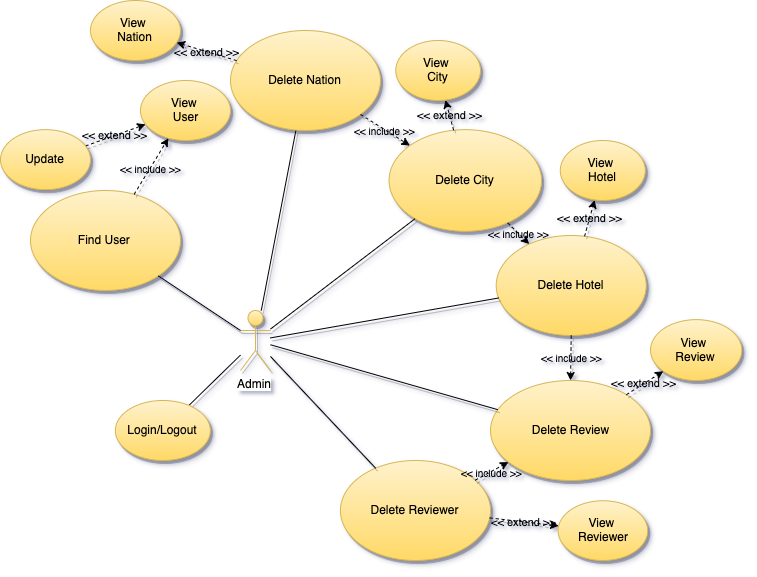
Before: img/uml_use_case_admin.png, a diagram exported from draw.io (MatteoDJon/Task2LSMDB). Source tidied: cells renumbered, new cells last; positions are measured from the earlier drawing's top-left corner, leaving out a move shared by most shapes. Its diagram source:
```xml
<mxGraphModel>
  <root>
    <mxCell id="0" />
    <mxCell id="1" parent="0" />
    <mxCell id="2" style="edgeStyle=none;rounded=0;jettySize=auto;html=1;endArrow=none;endFill=0;shadow=1;" parent="1" edge="1" source="14" target="7">
      <mxGeometry relative="1" as="geometry" />
    </mxCell>
    <mxCell id="3" value="Delete Review" style="ellipse;whiteSpace=wrap;html=1;fillColor=#fff2cc;strokeColor=#d6b656;shadow=1;gradientColor=#ffd966;" parent="1" vertex="1">
      <mxGeometry x="490" y="380" width="160" height="100" as="geometry" />
    </mxCell>
    <mxCell id="4" value="Delete Hotel" style="ellipse;whiteSpace=wrap;html=1;fillColor=#fff2cc;strokeColor=#d6b656;shadow=1;gradientColor=#ffd966;" parent="1" vertex="1">
      <mxGeometry x="495.7" y="235" width="150" height="100" as="geometry" />
    </mxCell>
    <mxCell id="5" value="Delete Reviewer" style="ellipse;whiteSpace=wrap;html=1;fillColor=#fff2cc;strokeColor=#d6b656;shadow=1;gradientColor=#ffd966;" parent="1" vertex="1">
      <mxGeometry x="340" y="460" width="150.1" height="100" as="geometry" />
    </mxCell>
    <mxCell id="6" value="Delete City" style="ellipse;whiteSpace=wrap;html=1;fillColor=#fff2cc;strokeColor=#d6b656;shadow=1;gradientColor=#ffd966;" parent="1" vertex="1">
      <mxGeometry x="388.6" y="129.2" width="152.5" height="101.7" as="geometry" />
    </mxCell>
    <mxCell id="7" value="Delete Nation" style="ellipse;whiteSpace=wrap;html=1;fillColor=#fff2cc;strokeColor=#d6b656;shadow=1;gradientColor=#ffd966;" parent="1" vertex="1">
      <mxGeometry x="230" y="30" width="150" height="100" as="geometry" />
    </mxCell>
    <mxCell id="8" style="edgeStyle=none;rounded=0;jettySize=auto;html=1;endArrow=none;endFill=0;shadow=1;" parent="1" edge="1" source="14" target="6">
      <mxGeometry relative="1" as="geometry" />
    </mxCell>
    <mxCell id="9" style="edgeStyle=none;rounded=0;jettySize=auto;html=1;endArrow=none;endFill=0;shadow=1;" parent="1" edge="1" source="14" target="5">
      <mxGeometry relative="1" as="geometry" />
    </mxCell>
    <mxCell id="10" style="edgeStyle=none;rounded=0;jettySize=auto;html=1;endArrow=none;endFill=0;shadow=1;" parent="1" edge="1" source="14" target="3">
      <mxGeometry relative="1" as="geometry" />
    </mxCell>
    <mxCell id="11" style="edgeStyle=none;rounded=0;jettySize=auto;html=1;endArrow=none;endFill=0;shadow=1;" parent="1" edge="1" source="14" target="4">
      <mxGeometry relative="1" as="geometry" />
    </mxCell>
    <mxCell id="12" style="edgeStyle=none;rounded=0;jettySize=auto;html=1;endArrow=none;endFill=0;shadow=1;" parent="1" edge="1" source="13" target="14">
      <mxGeometry relative="1" as="geometry" />
    </mxCell>
    <mxCell id="13" value="Login/Logout" style="ellipse;whiteSpace=wrap;html=1;fillColor=#fff2cc;strokeColor=#d6b656;gradientColor=#ffd966;shadow=1;" parent="1" vertex="1">
      <mxGeometry x="114.9" y="400" width="95" height="60" as="geometry" />
    </mxCell>
    <mxCell id="14" value="Admin" style="shape=umlActor;verticalLabelPosition=bottom;labelBackgroundColor=#ffffff;verticalAlign=top;html=1;outlineConnect=0;fillColor=#fff2cc;strokeColor=#d6b656;shadow=1;gradientColor=#ffd966;" parent="1" vertex="1">
      <mxGeometry x="240" y="310" width="30" height="60" as="geometry" />
    </mxCell>
    <mxCell id="15" value="View&amp;nbsp;&lt;br&gt;Nation" style="ellipse;whiteSpace=wrap;html=1;fillColor=#fff2cc;strokeColor=#d6b656;shadow=1;gradientColor=#ffd966;" parent="1" vertex="1">
      <mxGeometry x="90" width="90" height="60" as="geometry" />
    </mxCell>
    <mxCell id="16" value="View&amp;nbsp;&lt;br&gt;City" style="ellipse;whiteSpace=wrap;html=1;fillColor=#fff2cc;strokeColor=#d6b656;shadow=1;gradientColor=#ffd966;" parent="1" vertex="1">
      <mxGeometry x="395.3" y="40" width="84.7" height="60" as="geometry" />
    </mxCell>
    <mxCell id="17" value="View&amp;nbsp;&lt;br&gt;Hotel" style="ellipse;whiteSpace=wrap;html=1;fillColor=#fff2cc;strokeColor=#d6b656;shadow=1;gradientColor=#ffd966;" parent="1" vertex="1">
      <mxGeometry x="559.8" y="140" width="85" height="60" as="geometry" />
    </mxCell>
    <mxCell id="18" value="View&amp;nbsp;&lt;br&gt;Reviewer" style="ellipse;whiteSpace=wrap;html=1;fillColor=#fff2cc;strokeColor=#d6b656;shadow=1;gradientColor=#ffd966;" parent="1" vertex="1">
      <mxGeometry x="557.6" y="500.3" width="89.6" height="59.7" as="geometry" />
    </mxCell>
    <mxCell id="19" value="View&amp;nbsp;&lt;br&gt;Review" style="ellipse;whiteSpace=wrap;html=1;fillColor=#fff2cc;strokeColor=#d6b656;shadow=1;gradientColor=#ffd966;" parent="1" vertex="1">
      <mxGeometry x="650" y="319.1" width="91.3" height="60.9" as="geometry" />
    </mxCell>
    <mxCell id="20" value="&amp;lt;&amp;lt; extend &amp;gt;&amp;gt;" style="edgeStyle=none;rounded=0;jettySize=auto;html=1;dashed=1;endArrow=classic;endFill=1;shadow=1;labelBackgroundColor=none;" parent="1" edge="1" source="3" target="19">
      <mxGeometry relative="1" as="geometry" />
    </mxCell>
    <mxCell id="21" value="&amp;lt;&amp;lt; extend &amp;gt;&amp;gt;" style="edgeStyle=none;rounded=0;jettySize=auto;html=1;dashed=1;endArrow=classic;endFill=1;shadow=1;labelBackgroundColor=none;" parent="1" edge="1" source="5" target="18">
      <mxGeometry relative="1" as="geometry" />
    </mxCell>
    <mxCell id="22" value="&amp;lt;&amp;lt; extend &amp;gt;&amp;gt;" style="edgeStyle=none;rounded=0;jettySize=auto;html=1;dashed=1;endArrow=classic;endFill=1;shadow=1;labelBackgroundColor=none;" parent="1" edge="1" source="4" target="17">
      <mxGeometry relative="1" as="geometry" />
    </mxCell>
    <mxCell id="23" value="&amp;lt;&amp;lt; extend &amp;gt;&amp;gt;" style="edgeStyle=none;rounded=0;jettySize=auto;html=1;dashed=1;endArrow=classic;endFill=1;shadow=1;labelBackgroundColor=none;" parent="1" edge="1" source="6" target="16">
      <mxGeometry relative="1" as="geometry" />
    </mxCell>
    <mxCell id="24" value="&amp;lt;&amp;lt; extend &amp;gt;&amp;gt;" style="edgeStyle=none;rounded=0;jettySize=auto;html=1;dashed=1;endArrow=classic;endFill=1;shadow=1;labelBackgroundColor=none;" parent="1" edge="1" source="7" target="15">
      <mxGeometry relative="1" as="geometry" />
    </mxCell>
    <mxCell id="25" style="edgeStyle=none;rounded=0;orthogonalLoop=1;jettySize=auto;html=1;exitX=0.5;exitY=0;exitDx=0;exitDy=0;labelBackgroundColor=none;endArrow=blockThin;endFill=0;endSize=22;strokeColor=#000000;strokeWidth=1;fontSize=10;" parent="1" edge="1">
      <mxGeometry relative="1" as="geometry">
        <mxPoint x="656.2" y="440" as="sourcePoint" />
        <mxPoint x="656.2" y="440" as="targetPoint" />
      </mxGeometry>
    </mxCell>
    <mxCell id="26" style="edgeStyle=none;rounded=0;jettySize=auto;html=1;dashed=1;endArrow=classic;endFill=1;shadow=1;fillColor=#60a917;strokeColor=#000000;" parent="1" edge="1" source="5" target="3">
      <mxGeometry relative="1" as="geometry" />
    </mxCell>
    <mxCell id="27" value="&lt;span style=&quot;color: rgba(0 , 0 , 0 , 0) ; font-family: monospace ; font-size: 0px ; background-color: rgb(248 , 249 , 250)&quot;&gt;%3CmxGraphModel%3E%3Croot%3E%3CmxCell%20id%3D%220%22%2F%3E%3CmxCell%20id%3D%221%22%20parent%3D%220%22%2F%3E%3CmxCell%20id%3D%222%22%20value%3D%22%26lt%3B%26lt%3B%20include%20%26gt%3B%26gt%3B%22%20style%3D%22text%3Balign%3Dcenter%3BverticalAlign%3Dmiddle%3Bresizable%3D0%3Bpoints%3D%5B%5D%3BlabelBackgroundColor%3Dnone%3BfontSize%3D10%3B%22%20vertex%3D%221%22%20connectable%3D%220%22%20parent%3D%221%22%3E%3CmxGeometry%20x%3D%22412.5997044772905%22%20y%3D%2293.68115078463723%22%20as%3D%22geometry%22%3E%3CmxPoint%20as%3D%22offset%22%2F%3E%3C%2FmxGeometry%3E%3C%2FmxCell%3E%3C%2Froot%3E%3C%2FmxGraphModel%3E&lt;/span&gt;&lt;span style=&quot;color: rgba(0 , 0 , 0 , 0) ; font-family: monospace ; font-size: 0px ; background-color: rgb(248 , 249 , 250)&quot;&gt;%3CmxGraphModel%3E%3Croot%3E%3CmxCell%20id%3D%220%22%2F%3E%3CmxCell%20id%3D%221%22%20parent%3D%220%22%2F%3E%3CmxCell%20id%3D%222%22%20value%3D%22%26lt%3B%26lt%3B%20include%20%26gt%3B%26gt%3B%22%20style%3D%22text%3Balign%3Dcenter%3BverticalAlign%3Dmiddle%3Bresizable%3D0%3Bpoints%3D%5B%5D%3BlabelBackgroundColor%3Dnone%3BfontSize%3D10%3B%22%20vertex%3D%221%22%20connectable%3D%220%22%20parent%3D%221%22%3E%3CmxGeometry%20x%3D%22412.5997044772905%22%20y%3D%2293.68115078463723%22%20as%3D%22geometry%22%3E%3CmxPoint%20as%3D%22offset%22%2F%3E%3C%2FmxGeometry%3E%3C%2FmxCell%3E%3C%2Froot%3E%3C%2FmxGraphModel%3E&lt;/span&gt;" style="text;html=1;align=center;verticalAlign=middle;labelBackgroundColor=#ffffff;fontSize=10;" parent="26" vertex="1">
      <mxGeometry x="-0.12" y="-1" relative="1" as="geometry" />
    </mxCell>
    <mxCell id="28" value="&lt;span style=&quot;&quot;&gt;&amp;lt;&amp;lt; include &amp;gt;&amp;gt;&lt;/span&gt;" style="text;html=1;align=center;verticalAlign=middle;labelBackgroundColor=none;fontSize=10;" parent="26" vertex="1">
      <mxGeometry x="-0.04" relative="1" as="geometry" />
    </mxCell>
    <mxCell id="29" style="edgeStyle=none;rounded=0;jettySize=auto;html=1;dashed=1;endArrow=classic;endFill=1;shadow=1;fillColor=#60a917;strokeColor=#000000;" parent="1" edge="1" source="4" target="3">
      <mxGeometry relative="1" as="geometry" />
    </mxCell>
    <mxCell id="30" value="&lt;span style=&quot;color: rgba(0 , 0 , 0 , 0) ; font-family: monospace ; font-size: 0px ; background-color: rgb(248 , 249 , 250)&quot;&gt;%3CmxGraphModel%3E%3Croot%3E%3CmxCell%20id%3D%220%22%2F%3E%3CmxCell%20id%3D%221%22%20parent%3D%220%22%2F%3E%3CmxCell%20id%3D%222%22%20value%3D%22%26lt%3B%26lt%3B%20include%20%26gt%3B%26gt%3B%22%20style%3D%22text%3Balign%3Dcenter%3BverticalAlign%3Dmiddle%3Bresizable%3D0%3Bpoints%3D%5B%5D%3BlabelBackgroundColor%3Dnone%3BfontSize%3D10%3B%22%20vertex%3D%221%22%20connectable%3D%220%22%20parent%3D%221%22%3E%3CmxGeometry%20x%3D%22412.5997044772905%22%20y%3D%2293.68115078463723%22%20as%3D%22geometry%22%3E%3CmxPoint%20as%3D%22offset%22%2F%3E%3C%2FmxGeometry%3E%3C%2FmxCell%3E%3C%2Froot%3E%3C%2FmxGraphModel%3E&lt;/span&gt;&lt;span style=&quot;color: rgba(0 , 0 , 0 , 0) ; font-family: monospace ; font-size: 0px ; background-color: rgb(248 , 249 , 250)&quot;&gt;%3CmxGraphModel%3E%3Croot%3E%3CmxCell%20id%3D%220%22%2F%3E%3CmxCell%20id%3D%221%22%20parent%3D%220%22%2F%3E%3CmxCell%20id%3D%222%22%20value%3D%22%26lt%3B%26lt%3B%20include%20%26gt%3B%26gt%3B%22%20style%3D%22text%3Balign%3Dcenter%3BverticalAlign%3Dmiddle%3Bresizable%3D0%3Bpoints%3D%5B%5D%3BlabelBackgroundColor%3Dnone%3BfontSize%3D10%3B%22%20vertex%3D%221%22%20connectable%3D%220%22%20parent%3D%221%22%3E%3CmxGeometry%20x%3D%22412.5997044772905%22%20y%3D%2293.68115078463723%22%20as%3D%22geometry%22%3E%3CmxPoint%20as%3D%22offset%22%2F%3E%3C%2FmxGeometry%3E%3C%2FmxCell%3E%3C%2Froot%3E%3C%2FmxGraphModel%3E&lt;/span&gt;" style="text;html=1;align=center;verticalAlign=middle;labelBackgroundColor=#ffffff;fontSize=10;" parent="29" vertex="1">
      <mxGeometry x="-0.12" y="-1" relative="1" as="geometry" />
    </mxCell>
    <mxCell id="31" value="&lt;span style=&quot;&quot;&gt;&amp;lt;&amp;lt; include &amp;gt;&amp;gt;&lt;/span&gt;" style="text;html=1;align=center;verticalAlign=middle;labelBackgroundColor=none;fontSize=10;" parent="29" vertex="1">
      <mxGeometry x="-0.04" relative="1" as="geometry" />
    </mxCell>
    <mxCell id="32" style="edgeStyle=none;rounded=0;jettySize=auto;html=1;dashed=1;endArrow=classic;endFill=1;shadow=1;fillColor=#60a917;strokeColor=#000000;" parent="1" edge="1" source="6" target="4">
      <mxGeometry relative="1" as="geometry" />
    </mxCell>
    <mxCell id="33" value="&lt;span style=&quot;color: rgba(0 , 0 , 0 , 0) ; font-family: monospace ; font-size: 0px ; background-color: rgb(248 , 249 , 250)&quot;&gt;%3CmxGraphModel%3E%3Croot%3E%3CmxCell%20id%3D%220%22%2F%3E%3CmxCell%20id%3D%221%22%20parent%3D%220%22%2F%3E%3CmxCell%20id%3D%222%22%20value%3D%22%26lt%3B%26lt%3B%20include%20%26gt%3B%26gt%3B%22%20style%3D%22text%3Balign%3Dcenter%3BverticalAlign%3Dmiddle%3Bresizable%3D0%3Bpoints%3D%5B%5D%3BlabelBackgroundColor%3Dnone%3BfontSize%3D10%3B%22%20vertex%3D%221%22%20connectable%3D%220%22%20parent%3D%221%22%3E%3CmxGeometry%20x%3D%22412.5997044772905%22%20y%3D%2293.68115078463723%22%20as%3D%22geometry%22%3E%3CmxPoint%20as%3D%22offset%22%2F%3E%3C%2FmxGeometry%3E%3C%2FmxCell%3E%3C%2Froot%3E%3C%2FmxGraphModel%3E&lt;/span&gt;&lt;span style=&quot;color: rgba(0 , 0 , 0 , 0) ; font-family: monospace ; font-size: 0px ; background-color: rgb(248 , 249 , 250)&quot;&gt;%3CmxGraphModel%3E%3Croot%3E%3CmxCell%20id%3D%220%22%2F%3E%3CmxCell%20id%3D%221%22%20parent%3D%220%22%2F%3E%3CmxCell%20id%3D%222%22%20value%3D%22%26lt%3B%26lt%3B%20include%20%26gt%3B%26gt%3B%22%20style%3D%22text%3Balign%3Dcenter%3BverticalAlign%3Dmiddle%3Bresizable%3D0%3Bpoints%3D%5B%5D%3BlabelBackgroundColor%3Dnone%3BfontSize%3D10%3B%22%20vertex%3D%221%22%20connectable%3D%220%22%20parent%3D%221%22%3E%3CmxGeometry%20x%3D%22412.5997044772905%22%20y%3D%2293.68115078463723%22%20as%3D%22geometry%22%3E%3CmxPoint%20as%3D%22offset%22%2F%3E%3C%2FmxGeometry%3E%3C%2FmxCell%3E%3C%2Froot%3E%3C%2FmxGraphModel%3E&lt;/span&gt;" style="text;html=1;align=center;verticalAlign=middle;labelBackgroundColor=#ffffff;fontSize=10;" parent="32" vertex="1">
      <mxGeometry x="-0.12" y="-1" relative="1" as="geometry" />
    </mxCell>
    <mxCell id="34" value="&lt;span style=&quot;&quot;&gt;&amp;lt;&amp;lt; include &amp;gt;&amp;gt;&lt;/span&gt;" style="text;html=1;align=center;verticalAlign=middle;labelBackgroundColor=none;fontSize=10;" parent="32" vertex="1">
      <mxGeometry x="-0.04" relative="1" as="geometry" />
    </mxCell>
    <mxCell id="35" style="edgeStyle=none;rounded=0;jettySize=auto;html=1;dashed=1;endArrow=classic;endFill=1;shadow=1;fillColor=#60a917;strokeColor=#000000;" parent="1" edge="1" source="7" target="6">
      <mxGeometry relative="1" as="geometry" />
    </mxCell>
    <mxCell id="36" value="&lt;span style=&quot;color: rgba(0 , 0 , 0 , 0) ; font-family: monospace ; font-size: 0px ; background-color: rgb(248 , 249 , 250)&quot;&gt;%3CmxGraphModel%3E%3Croot%3E%3CmxCell%20id%3D%220%22%2F%3E%3CmxCell%20id%3D%221%22%20parent%3D%220%22%2F%3E%3CmxCell%20id%3D%222%22%20value%3D%22%26lt%3B%26lt%3B%20include%20%26gt%3B%26gt%3B%22%20style%3D%22text%3Balign%3Dcenter%3BverticalAlign%3Dmiddle%3Bresizable%3D0%3Bpoints%3D%5B%5D%3BlabelBackgroundColor%3Dnone%3BfontSize%3D10%3B%22%20vertex%3D%221%22%20connectable%3D%220%22%20parent%3D%221%22%3E%3CmxGeometry%20x%3D%22412.5997044772905%22%20y%3D%2293.68115078463723%22%20as%3D%22geometry%22%3E%3CmxPoint%20as%3D%22offset%22%2F%3E%3C%2FmxGeometry%3E%3C%2FmxCell%3E%3C%2Froot%3E%3C%2FmxGraphModel%3E&lt;/span&gt;&lt;span style=&quot;color: rgba(0 , 0 , 0 , 0) ; font-family: monospace ; font-size: 0px ; background-color: rgb(248 , 249 , 250)&quot;&gt;%3CmxGraphModel%3E%3Croot%3E%3CmxCell%20id%3D%220%22%2F%3E%3CmxCell%20id%3D%221%22%20parent%3D%220%22%2F%3E%3CmxCell%20id%3D%222%22%20value%3D%22%26lt%3B%26lt%3B%20include%20%26gt%3B%26gt%3B%22%20style%3D%22text%3Balign%3Dcenter%3BverticalAlign%3Dmiddle%3Bresizable%3D0%3Bpoints%3D%5B%5D%3BlabelBackgroundColor%3Dnone%3BfontSize%3D10%3B%22%20vertex%3D%221%22%20connectable%3D%220%22%20parent%3D%221%22%3E%3CmxGeometry%20x%3D%22412.5997044772905%22%20y%3D%2293.68115078463723%22%20as%3D%22geometry%22%3E%3CmxPoint%20as%3D%22offset%22%2F%3E%3C%2FmxGeometry%3E%3C%2FmxCell%3E%3C%2Froot%3E%3C%2FmxGraphModel%3E&lt;/span&gt;" style="text;html=1;align=center;verticalAlign=middle;labelBackgroundColor=#ffffff;fontSize=10;" parent="35" vertex="1">
      <mxGeometry x="-0.12" y="-1" relative="1" as="geometry" />
    </mxCell>
    <mxCell id="37" value="&lt;span style=&quot;&quot;&gt;&amp;lt;&amp;lt; include &amp;gt;&amp;gt;&lt;/span&gt;" style="text;html=1;align=center;verticalAlign=middle;labelBackgroundColor=none;fontSize=10;" parent="35" vertex="1">
      <mxGeometry x="-0.04" relative="1" as="geometry" />
    </mxCell>
    <mxCell id="38" value="Find User&amp;nbsp;" style="ellipse;whiteSpace=wrap;html=1;fillColor=#fff2cc;strokeColor=#d6b656;shadow=1;gradientColor=#ffd966;" parent="1" vertex="1">
      <mxGeometry x="30" y="190" width="150" height="100" as="geometry" />
    </mxCell>
    <mxCell id="39" value="View&amp;nbsp;&lt;br&gt;User" style="ellipse;whiteSpace=wrap;html=1;fillColor=#fff2cc;strokeColor=#d6b656;shadow=1;gradientColor=#ffd966;" parent="1" vertex="1">
      <mxGeometry x="140" y="80" width="90" height="60" as="geometry" />
    </mxCell>
    <mxCell id="40" style="edgeStyle=none;rounded=0;jettySize=auto;html=1;dashed=1;endArrow=classic;endFill=1;shadow=1;fillColor=#60a917;strokeColor=#000000;" parent="1" edge="1" source="38" target="39">
      <mxGeometry relative="1" as="geometry" />
    </mxCell>
    <mxCell id="41" value="&lt;span style=&quot;color: rgba(0 , 0 , 0 , 0) ; font-family: monospace ; font-size: 0px ; background-color: rgb(248 , 249 , 250)&quot;&gt;%3CmxGraphModel%3E%3Croot%3E%3CmxCell%20id%3D%220%22%2F%3E%3CmxCell%20id%3D%221%22%20parent%3D%220%22%2F%3E%3CmxCell%20id%3D%222%22%20value%3D%22%26lt%3B%26lt%3B%20include%20%26gt%3B%26gt%3B%22%20style%3D%22text%3Balign%3Dcenter%3BverticalAlign%3Dmiddle%3Bresizable%3D0%3Bpoints%3D%5B%5D%3BlabelBackgroundColor%3Dnone%3BfontSize%3D10%3B%22%20vertex%3D%221%22%20connectable%3D%220%22%20parent%3D%221%22%3E%3CmxGeometry%20x%3D%22412.5997044772905%22%20y%3D%2293.68115078463723%22%20as%3D%22geometry%22%3E%3CmxPoint%20as%3D%22offset%22%2F%3E%3C%2FmxGeometry%3E%3C%2FmxCell%3E%3C%2Froot%3E%3C%2FmxGraphModel%3E&lt;/span&gt;&lt;span style=&quot;color: rgba(0 , 0 , 0 , 0) ; font-family: monospace ; font-size: 0px ; background-color: rgb(248 , 249 , 250)&quot;&gt;%3CmxGraphModel%3E%3Croot%3E%3CmxCell%20id%3D%220%22%2F%3E%3CmxCell%20id%3D%221%22%20parent%3D%220%22%2F%3E%3CmxCell%20id%3D%222%22%20value%3D%22%26lt%3B%26lt%3B%20include%20%26gt%3B%26gt%3B%22%20style%3D%22text%3Balign%3Dcenter%3BverticalAlign%3Dmiddle%3Bresizable%3D0%3Bpoints%3D%5B%5D%3BlabelBackgroundColor%3Dnone%3BfontSize%3D10%3B%22%20vertex%3D%221%22%20connectable%3D%220%22%20parent%3D%221%22%3E%3CmxGeometry%20x%3D%22412.5997044772905%22%20y%3D%2293.68115078463723%22%20as%3D%22geometry%22%3E%3CmxPoint%20as%3D%22offset%22%2F%3E%3C%2FmxGeometry%3E%3C%2FmxCell%3E%3C%2Froot%3E%3C%2FmxGraphModel%3E&lt;/span&gt;" style="text;html=1;align=center;verticalAlign=middle;labelBackgroundColor=#ffffff;fontSize=10;" parent="40" vertex="1">
      <mxGeometry x="-0.12" y="-1" relative="1" as="geometry" />
    </mxCell>
    <mxCell id="42" value="&lt;span style=&quot;&quot;&gt;&amp;lt;&amp;lt; include &amp;gt;&amp;gt;&lt;/span&gt;" style="text;html=1;align=center;verticalAlign=middle;labelBackgroundColor=none;fontSize=10;" parent="40" vertex="1">
      <mxGeometry x="-0.04" relative="1" as="geometry" />
    </mxCell>
    <mxCell id="43" value="&amp;lt;&amp;lt; extend &amp;gt;&amp;gt;" style="edgeStyle=none;rounded=0;jettySize=auto;html=1;dashed=1;endArrow=classic;endFill=1;shadow=1;labelBackgroundColor=none;" parent="1" edge="1" source="44" target="39">
      <mxGeometry relative="1" as="geometry" />
    </mxCell>
    <mxCell id="44" value="Update" style="ellipse;whiteSpace=wrap;html=1;fillColor=#fff2cc;strokeColor=#d6b656;shadow=1;gradientColor=#ffd966;" parent="1" vertex="1">
      <mxGeometry y="129.2" width="90" height="60" as="geometry" />
    </mxCell>
    <mxCell id="45" style="edgeStyle=none;rounded=0;jettySize=auto;html=1;endArrow=none;endFill=0;shadow=1;" parent="1" edge="1" source="38" target="14">
      <mxGeometry relative="1" as="geometry" />
    </mxCell>
  </root>
</mxGraphModel>
```
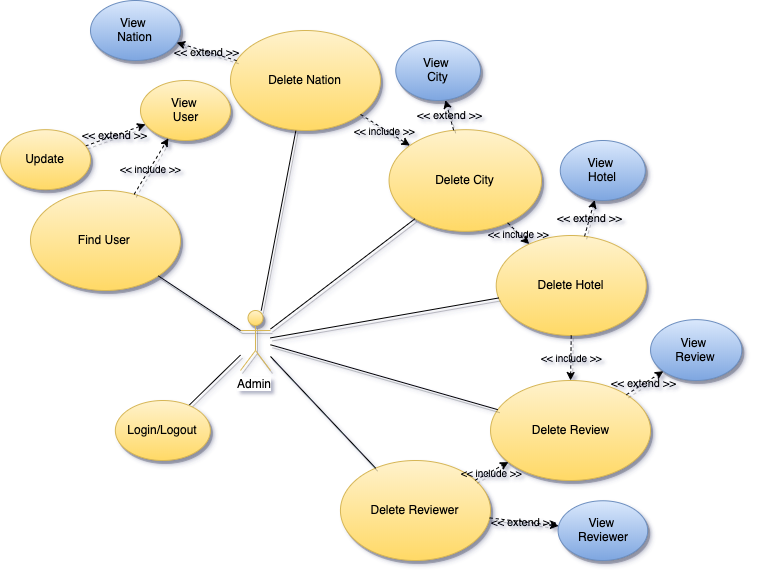
After the commit.

Diff of the diagram source:
```diff
@@ -41,19 +41,19 @@
     <mxCell id="14" value="Admin" style="shape=umlActor;verticalLabelPosition=bottom;labelBackgroundColor=#ffffff;verticalAlign=top;html=1;outlineConnect=0;fillColor=#fff2cc;strokeColor=#d6b656;shadow=1;gradientColor=#ffd966;" parent="1" vertex="1">
       <mxGeometry x="240" y="310" width="30" height="60" as="geometry" />
     </mxCell>
-    <mxCell id="15" value="View&amp;nbsp;&lt;br&gt;Nation" style="ellipse;whiteSpace=wrap;html=1;fillColor=#fff2cc;strokeColor=#d6b656;shadow=1;gradientColor=#ffd966;" parent="1" vertex="1">
+    <mxCell id="15" value="View&amp;nbsp;&lt;br&gt;Nation" style="ellipse;whiteSpace=wrap;html=1;fillColor=#dae8fc;strokeColor=#6c8ebf;shadow=1;gradientColor=#7ea6e0;" parent="1" vertex="1">
       <mxGeometry x="90" width="90" height="60" as="geometry" />
     </mxCell>
-    <mxCell id="16" value="View&amp;nbsp;&lt;br&gt;City" style="ellipse;whiteSpace=wrap;html=1;fillColor=#fff2cc;strokeColor=#d6b656;shadow=1;gradientColor=#ffd966;" parent="1" vertex="1">
+    <mxCell id="16" value="View&amp;nbsp;&lt;br&gt;City" style="ellipse;whiteSpace=wrap;html=1;fillColor=#dae8fc;strokeColor=#6c8ebf;shadow=1;gradientColor=#7ea6e0;" parent="1" vertex="1">
       <mxGeometry x="395.3" y="40" width="84.7" height="60" as="geometry" />
     </mxCell>
-    <mxCell id="17" value="View&amp;nbsp;&lt;br&gt;Hotel" style="ellipse;whiteSpace=wrap;html=1;fillColor=#fff2cc;strokeColor=#d6b656;shadow=1;gradientColor=#ffd966;" parent="1" vertex="1">
+    <mxCell id="17" value="View&amp;nbsp;&lt;br&gt;Hotel" style="ellipse;whiteSpace=wrap;html=1;fillColor=#dae8fc;strokeColor=#6c8ebf;shadow=1;gradientColor=#7ea6e0;" parent="1" vertex="1">
       <mxGeometry x="559.8" y="140" width="85" height="60" as="geometry" />
     </mxCell>
-    <mxCell id="18" value="View&amp;nbsp;&lt;br&gt;Reviewer" style="ellipse;whiteSpace=wrap;html=1;fillColor=#fff2cc;strokeColor=#d6b656;shadow=1;gradientColor=#ffd966;" parent="1" vertex="1">
+    <mxCell id="18" value="View&amp;nbsp;&lt;br&gt;Reviewer" style="ellipse;whiteSpace=wrap;html=1;fillColor=#dae8fc;strokeColor=#6c8ebf;shadow=1;gradientColor=#7ea6e0;" parent="1" vertex="1">
       <mxGeometry x="557.6" y="500.3" width="89.6" height="59.7" as="geometry" />
     </mxCell>
-    <mxCell id="19" value="View&amp;nbsp;&lt;br&gt;Review" style="ellipse;whiteSpace=wrap;html=1;fillColor=#fff2cc;strokeColor=#d6b656;shadow=1;gradientColor=#ffd966;" parent="1" vertex="1">
+    <mxCell id="19" value="View&amp;nbsp;&lt;br&gt;Review" style="ellipse;whiteSpace=wrap;html=1;fillColor=#dae8fc;strokeColor=#6c8ebf;shadow=1;gradientColor=#7ea6e0;" parent="1" vertex="1">
       <mxGeometry x="650" y="319.1" width="91.3" height="60.9" as="geometry" />
     </mxCell>
     <mxCell id="20" value="&amp;lt;&amp;lt; extend &amp;gt;&amp;gt;" style="edgeStyle=none;rounded=0;jettySize=auto;html=1;dashed=1;endArrow=classic;endFill=1;shadow=1;labelBackgroundColor=none;" parent="1" edge="1" source="3" target="19">
```
